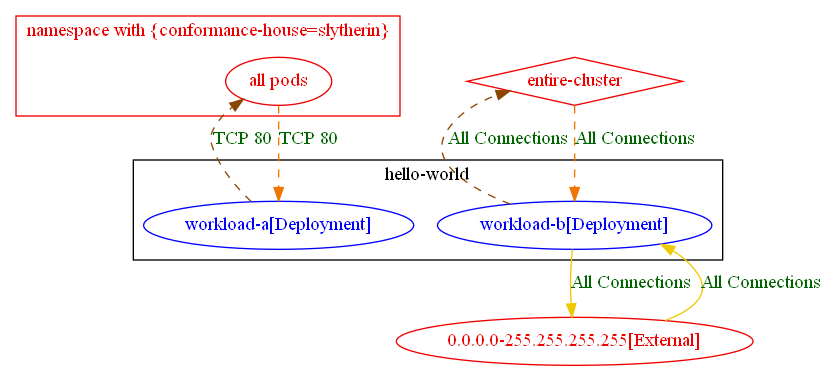
Above: test_outputs/connlist/exposure_test_with_anp_1_exposure_output.dot.png in np-guard/netpol-analyzer (Graphviz), before the change. Its source is kept beside it as test_outputs/connlist/exposure_test_with_anp_1_exposure_output.dot.
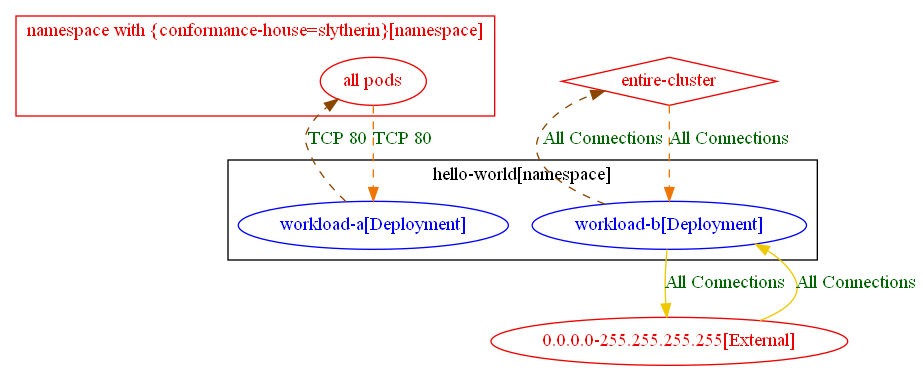
After the change.

Diff of the diagram source:
```diff
@@ -1,16 +1,16 @@
 digraph {
-	subgraph "cluster_hello_world" {
+	subgraph "cluster_hello_world[namespace]" {
 		color="black"
 		fontcolor="black"
 		"hello-world/workload-a[Deployment]" [label="workload-a[Deployment]" color="blue" fontcolor="blue"]
 		"hello-world/workload-b[Deployment]" [label="workload-b[Deployment]" color="blue" fontcolor="blue"]
-		label="hello-world"
+		label="hello-world[namespace]"
 	}
-	subgraph "cluster_namespace with {conformance_house=slytherin}" {
+	subgraph "cluster_namespace with {conformance_house=slytherin}[namespace]" {
 		color="red2"
 		fontcolor="red2"
 		"all pods_in_namespace with {conformance-house=slytherin}" [label="all pods" color="red2" fontcolor="red2"]
-		label="namespace with {conformance-house=slytherin}"
+		label="namespace with {conformance-house=slytherin}[namespace]"
 	}
 	"0.0.0.0-255.255.255.255[External]" [label="0.0.0.0-255.255.255.255[External]" color="red2" fontcolor="red2"]
 	"entire-cluster" [label="entire-cluster" color="red2" fontcolor="red2" shape=diamond]
```
